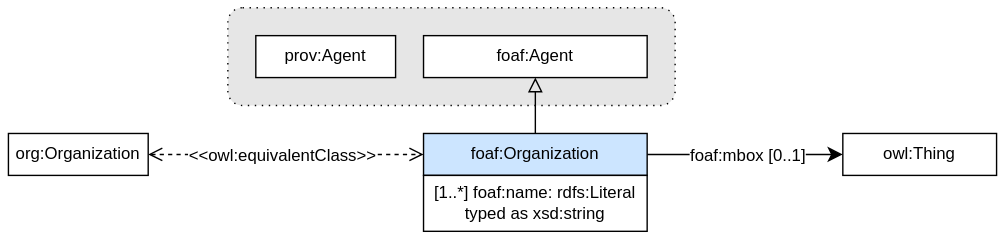
Above: CEH-DCAT-AP/CEH-DCAT-AP_diagrams/dcat-foaf-organization.svg in NERC-CEH/digital-objects-ontology (draw.io), before the change. Source tidied: cells renumbered, new cells last; positions are measured from the earlier drawing's top-left corner, leaving out a move shared by most shapes. Source of this version:
```xml
<mxGraphModel>
  <root>
    <mxCell id="0" />
    <mxCell id="1" parent="0" />
    <mxCell id="2" style="endArrow=classic;html=1;exitX=1;exitY=0.5;exitDx=0;exitDy=0;entryX=0;entryY=0.5;entryDx=0;entryDy=0;endSize=8;arcSize=0;rounded=0;" parent="1" edge="1" source="13" target="4">
      <mxGeometry relative="1" as="geometry" />
    </mxCell>
    <mxCell id="3" value="&lt;div&gt;&lt;span style=&quot;background-color: light-dark(rgb(255, 255, 255), rgb(18, 18, 18)); color: light-dark(rgb(0, 0, 0), rgb(255, 255, 255));&quot;&gt;foaf:mbox&lt;/span&gt;&amp;nbsp;[0..1]&lt;/div&gt;" style="text;html=1;align=center;verticalAlign=middle;labelBackgroundColor=#ffffff;" parent="2" vertex="1">
      <mxGeometry x="-0.13" relative="1" as="geometry">
        <mxPoint x="10" as="offset" />
      </mxGeometry>
    </mxCell>
    <mxCell id="4" value="owl:Thing" style="rounded=0;whiteSpace=wrap;html=1;snapToPoint=1;points=[[0.1,0],[0.2,0],[0.3,0],[0.4,0],[0.5,0],[0.6,0],[0.7,0],[0.8,0],[0.9,0],[0,0.1],[0,0.3],[0,0.5],[0,0.7],[0,0.9],[0.1,1],[0.2,1],[0.3,1],[0.4,1],[0.5,1],[0.6,1],[0.7,1],[0.8,1],[0.9,1],[1,0.1],[1,0.3],[1,0.5],[1,0.7],[1,0.9]];" parent="1" vertex="1">
      <mxGeometry x="597" y="90" width="110" height="30" as="geometry" />
    </mxCell>
    <mxCell id="5" style="rounded=1;whiteSpace=wrap;html=1;fillColor=#E6E6E6;dashed=1;dashPattern=1 4;" parent="1" vertex="1">
      <mxGeometry x="157" width="320" height="70" as="geometry" />
    </mxCell>
    <mxCell id="6" value="prov:Agent" style="rounded=0;whiteSpace=wrap;html=1;" parent="1" vertex="1">
      <mxGeometry x="177" y="20" width="100" height="30" as="geometry" />
    </mxCell>
    <mxCell id="7" value="foaf:Agent" style="rounded=0;whiteSpace=wrap;html=1;snapToPoint=1;points=[[0.1,0],[0.2,0],[0.3,0],[0.4,0],[0.5,0],[0.6,0],[0.7,0],[0.8,0],[0.9,0],[0,0.1],[0,0.3],[0,0.5],[0,0.7],[0,0.9],[0.1,1],[0.2,1],[0.3,1],[0.4,1],[0.5,1],[0.6,1],[0.7,1],[0.8,1],[0.9,1],[1,0.1],[1,0.3],[1,0.5],[1,0.7],[1,0.9]];" parent="1" vertex="1">
      <mxGeometry x="297" y="20" width="160" height="30" as="geometry" />
    </mxCell>
    <mxCell id="8" style="endArrow=open;html=1;fontColor=#000099;exitX=1;exitY=0.5;exitDx=0;exitDy=0;endFill=0;dashed=1;entryX=0;entryY=0.5;entryDx=0;entryDy=0;endSize=8;startArrow=open;startFill=0;startSize=8;rounded=0;" parent="1" edge="1" source="10" target="13">
      <mxGeometry relative="1" as="geometry" />
    </mxCell>
    <mxCell id="9" value="&amp;lt;&amp;lt;owl:equivalentClass&amp;gt;&amp;gt;" style="text;html=1;align=center;verticalAlign=middle;fontColor=#000000;labelBackgroundColor=#ffffff;" parent="8" vertex="1">
      <mxGeometry x="-0.33" relative="1" as="geometry">
        <mxPoint x="29.3" as="offset" />
      </mxGeometry>
    </mxCell>
    <mxCell id="10" value="org:Organization" style="rounded=0;whiteSpace=wrap;html=1;snapToPoint=1;points=[[0.1,0],[0.2,0],[0.3,0],[0.4,0],[0.5,0],[0.6,0],[0.7,0],[0.8,0],[0.9,0],[0,0.1],[0,0.3],[0,0.5],[0,0.7],[0,0.9],[0.1,1],[0.2,1],[0.3,1],[0.4,1],[0.5,1],[0.6,1],[0.7,1],[0.8,1],[0.9,1],[1,0.1],[1,0.3],[1,0.5],[1,0.7],[1,0.9]];" parent="1" vertex="1">
      <mxGeometry y="90" width="100" height="30" as="geometry" />
    </mxCell>
    <mxCell id="11" style="endArrow=block;html=1;fontColor=#000099;exitX=0.5;exitY=0;exitDx=0;exitDy=0;endFill=0;entryX=0.5;entryY=1;entryDx=0;entryDy=0;endSize=8;arcSize=0;rounded=0;" parent="1" edge="1" source="13" target="7">
      <mxGeometry relative="1" as="geometry" />
    </mxCell>
    <mxCell id="12" style="group;" parent="1" vertex="1">
      <mxGeometry x="297" y="90" width="160" height="70" as="geometry" />
    </mxCell>
    <mxCell id="13" value="foaf:Organization" style="rounded=0;whiteSpace=wrap;html=1;snapToPoint=1;points=[[0.1,0],[0.2,0],[0.3,0],[0.4,0],[0.5,0],[0.6,0],[0.7,0],[0.8,0],[0.9,0],[0,0.1],[0,0.3],[0,0.5],[0,0.7],[0,0.9],[0.1,1],[0.2,1],[0.3,1],[0.4,1],[0.5,1],[0.6,1],[0.7,1],[0.8,1],[0.9,1],[1,0.1],[1,0.3],[1,0.5],[1,0.7],[1,0.9]];fillColor=#CCE5FF;" parent="12" vertex="1">
      <mxGeometry width="160" height="30" as="geometry" />
    </mxCell>
    <mxCell id="14" value="&lt;div&gt;[1..*] foaf:name:&amp;nbsp;rdfs:Literal&lt;/div&gt;&lt;div&gt;typed as xsd:string&lt;/div&gt;" style="rounded=0;whiteSpace=wrap;html=1;" parent="12" vertex="1">
      <mxGeometry y="30" width="160" height="40" as="geometry" />
    </mxCell>
  </root>
</mxGraphModel>
```
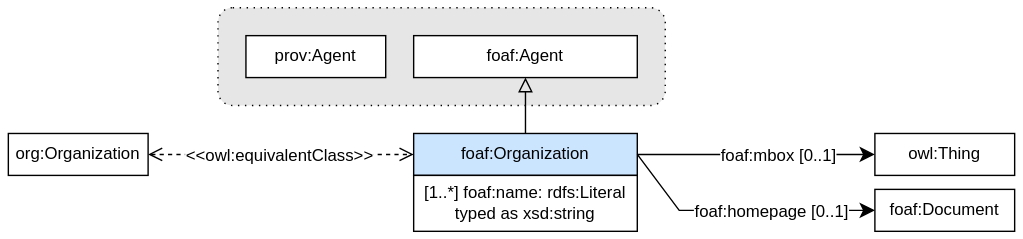
After the commit.

Commit message:
added foaf:homepage predicate

What changed in the source:
```diff
@@ -7,11 +7,11 @@
     </mxCell>
     <mxCell id="3" value="&lt;div&gt;&lt;span style=&quot;background-color: light-dark(rgb(255, 255, 255), rgb(18, 18, 18)); color: light-dark(rgb(0, 0, 0), rgb(255, 255, 255));&quot;&gt;foaf:mbox&lt;/span&gt;&amp;nbsp;[0..1]&lt;/div&gt;" style="text;html=1;align=center;verticalAlign=middle;labelBackgroundColor=#ffffff;" parent="2" vertex="1">
       <mxGeometry x="-0.13" relative="1" as="geometry">
-        <mxPoint x="10" as="offset" />
+        <mxPoint x="26" as="offset" />
       </mxGeometry>
     </mxCell>
     <mxCell id="4" value="owl:Thing" style="rounded=0;whiteSpace=wrap;html=1;snapToPoint=1;points=[[0.1,0],[0.2,0],[0.3,0],[0.4,0],[0.5,0],[0.6,0],[0.7,0],[0.8,0],[0.9,0],[0,0.1],[0,0.3],[0,0.5],[0,0.7],[0,0.9],[0.1,1],[0.2,1],[0.3,1],[0.4,1],[0.5,1],[0.6,1],[0.7,1],[0.8,1],[0.9,1],[1,0.1],[1,0.3],[1,0.5],[1,0.7],[1,0.9]];" parent="1" vertex="1">
-      <mxGeometry x="597" y="90" width="110" height="30" as="geometry" />
+      <mxGeometry x="627" y="90" width="100" height="30" as="geometry" />
     </mxCell>
     <mxCell id="5" style="rounded=1;whiteSpace=wrap;html=1;fillColor=#E6E6E6;dashed=1;dashPattern=1 4;" parent="1" vertex="1">
       <mxGeometry x="157" width="320" height="70" as="geometry" />
@@ -31,7 +31,7 @@
       </mxGeometry>
     </mxCell>
     <mxCell id="10" value="org:Organization" style="rounded=0;whiteSpace=wrap;html=1;snapToPoint=1;points=[[0.1,0],[0.2,0],[0.3,0],[0.4,0],[0.5,0],[0.6,0],[0.7,0],[0.8,0],[0.9,0],[0,0.1],[0,0.3],[0,0.5],[0,0.7],[0,0.9],[0.1,1],[0.2,1],[0.3,1],[0.4,1],[0.5,1],[0.6,1],[0.7,1],[0.8,1],[0.9,1],[1,0.1],[1,0.3],[1,0.5],[1,0.7],[1,0.9]];" parent="1" vertex="1">
-      <mxGeometry y="90" width="100" height="30" as="geometry" />
+      <mxGeometry x="7" y="90" width="100" height="30" as="geometry" />
     </mxCell>
     <mxCell id="11" style="endArrow=block;html=1;fontColor=#000099;exitX=0.5;exitY=0;exitDx=0;exitDy=0;endFill=0;entryX=0.5;entryY=1;entryDx=0;entryDy=0;endSize=8;arcSize=0;rounded=0;" parent="1" edge="1" source="13" target="7">
       <mxGeometry relative="1" as="geometry" />
@@ -45,5 +45,21 @@
     <mxCell id="14" value="&lt;div&gt;[1..*] foaf:name:&amp;nbsp;rdfs:Literal&lt;/div&gt;&lt;div&gt;typed as xsd:string&lt;/div&gt;" style="rounded=0;whiteSpace=wrap;html=1;" parent="12" vertex="1">
       <mxGeometry y="30" width="160" height="40" as="geometry" />
     </mxCell>
+    <mxCell id="15" style="endArrow=classic;html=1;exitX=1;exitY=0.5;exitDx=0;exitDy=0;entryX=0;entryY=0.5;entryDx=0;entryDy=0;endSize=8;arcSize=0;rounded=0;" parent="1" edge="1" target="17">
+      <mxGeometry relative="1" as="geometry">
+        <mxPoint x="457" y="105" as="sourcePoint" />
+        <Array as="points">
+          <mxPoint x="487" y="145" />
+        </Array>
+      </mxGeometry>
+    </mxCell>
+    <mxCell id="16" value="&lt;div&gt;foaf:homepage [0..1]&lt;/div&gt;" style="text;html=1;align=center;verticalAlign=middle;labelBackgroundColor=#ffffff;" parent="15" vertex="1">
+      <mxGeometry x="-0.13" relative="1" as="geometry">
+        <mxPoint x="32" as="offset" />
+      </mxGeometry>
+    </mxCell>
+    <mxCell id="17" value="foaf:Document" style="rounded=0;whiteSpace=wrap;html=1;snapToPoint=1;points=[[0.1,0],[0.2,0],[0.3,0],[0.4,0],[0.5,0],[0.6,0],[0.7,0],[0.8,0],[0.9,0],[0,0.1],[0,0.3],[0,0.5],[0,0.7],[0,0.9],[0.1,1],[0.2,1],[0.3,1],[0.4,1],[0.5,1],[0.6,1],[0.7,1],[0.8,1],[0.9,1],[1,0.1],[1,0.3],[1,0.5],[1,0.7],[1,0.9]];" parent="1" vertex="1">
+      <mxGeometry x="627" y="130" width="100" height="30" as="geometry" />
+    </mxCell>
   </root>
 </mxGraphModel>
```
